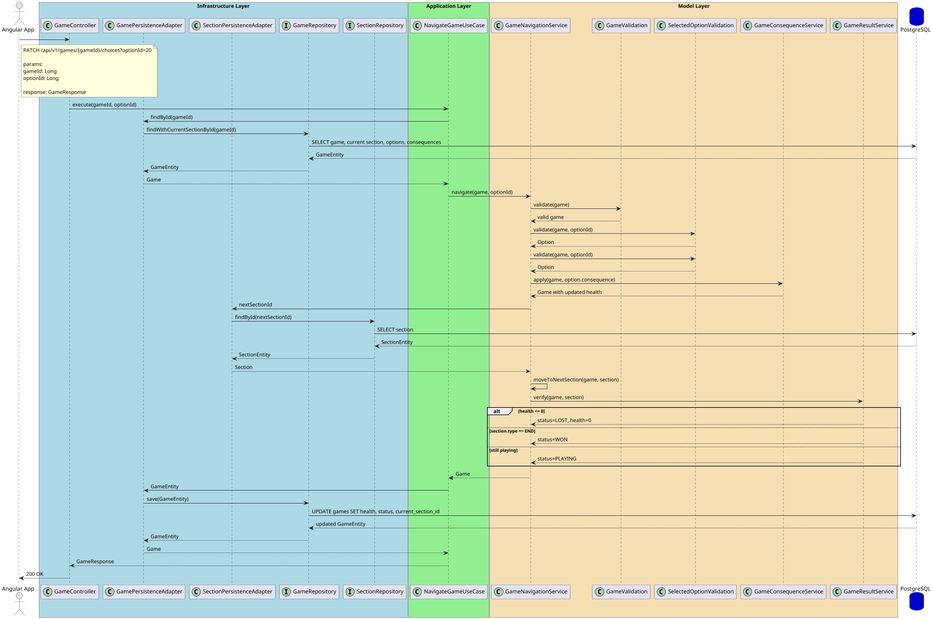
rhribeiro25/Adventure-Library keeps this PlantUML diagram as src/main/resources/static/docs/diagrams/sequence/images/game-navigate.png. Above is the earlier version.
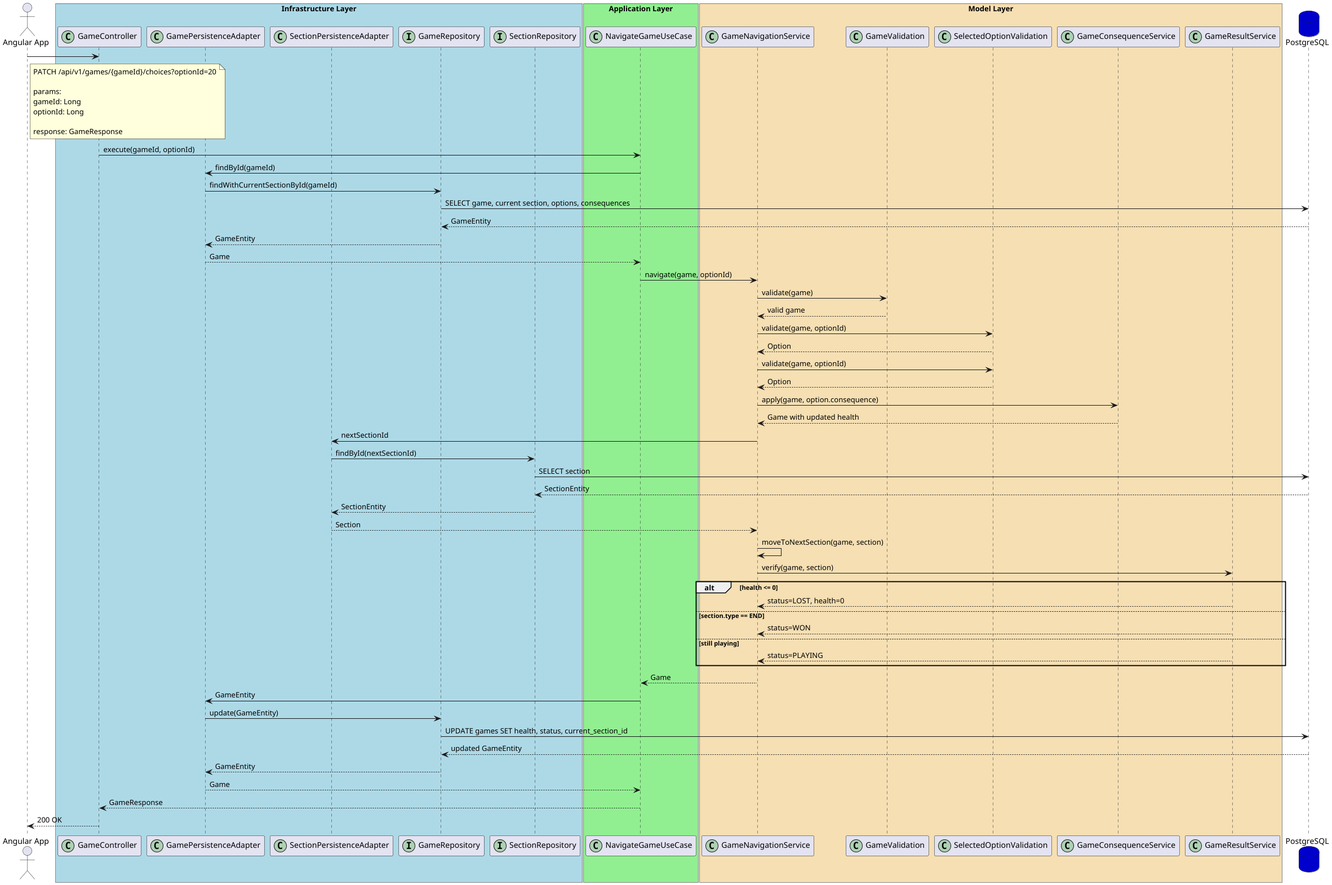
Later version of the same file.

The edit, as a diff of the source:
```diff
@@ -80,7 +80,7 @@
 navigation --> usecase : Game
 
 usecase -> gameAdapter : GameEntity
-gameAdapter -> gameRepo : save(GameEntity)
+gameAdapter -> gameRepo : update(GameEntity)
 gameRepo -> db : UPDATE games SET health, status, current_section_id
 db --> gameRepo : updated GameEntity
 gameRepo --> gameAdapter : GameEntity
```
